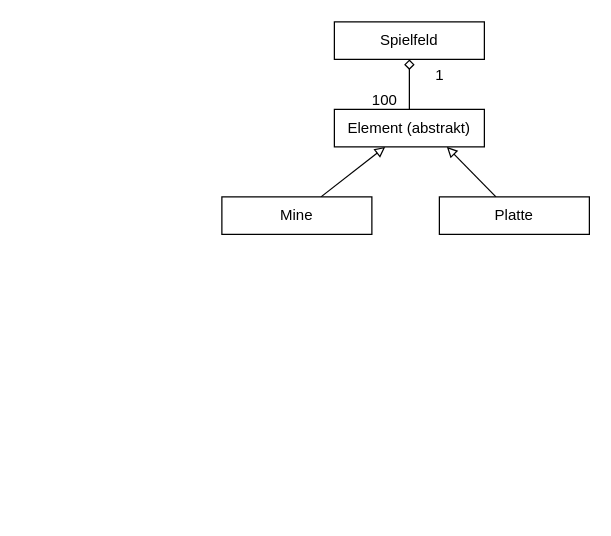
Earlier version of the draw.io diagram 00Informatik/OIDE_Minesweeper/Klassendiagramme.drawio (Hi2272/Hi2272.github.io). Source tidied: cells renumbered, new cells numbered last; positions are measured from the earlier drawing's top-left corner, leaving out a move shared by most shapes. Both pictures are drawn from the tidied source at 125%, with x=0, y=0 at pixel (221, 21).
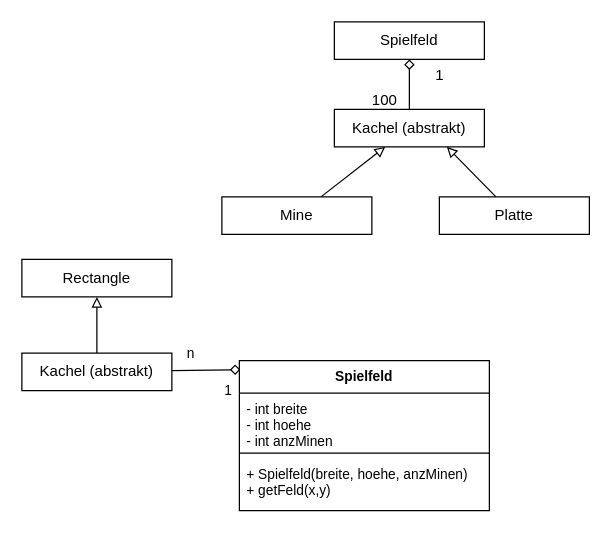
The same diagram, later.

What changed in the source:
```diff
@@
-    <mxCell id="4" value="Element (abstrakt)" style="rounded=0;whiteSpace=wrap;html=1;" parent="1" vertex="1">
+    <mxCell id="4" value="Kachel (abstrakt)" style="rounded=0;whiteSpace=wrap;html=1;" parent="1" vertex="1">
       <mxGeometry x="90" y="70" width="120" height="30" as="geometry" />
     </mxCell>
@@
+    <mxCell id="11" style="edgeStyle=none;shape=connector;rounded=0;jettySize=auto;html=1;entryX=0.004;entryY=0.06;entryDx=0;entryDy=0;strokeColor=default;align=center;verticalAlign=middle;fontFamily=Helvetica;fontSize=11;fontColor=default;labelBackgroundColor=default;endArrow=diamond;endFill=0;entryPerimeter=0;" parent="1" edge="1" source="13" target="17">
+      <mxGeometry relative="1" as="geometry" />
+    </mxCell>
+    <mxCell id="12" style="edgeStyle=none;shape=connector;rounded=0;jettySize=auto;html=1;strokeColor=default;align=center;verticalAlign=middle;fontFamily=Helvetica;fontSize=11;fontColor=default;labelBackgroundColor=default;endArrow=block;endFill=0;" parent="1" edge="1" source="13" target="16">
+      <mxGeometry relative="1" as="geometry" />
+    </mxCell>
+    <mxCell id="13" value="Kachel (abstrakt)" style="rounded=0;whiteSpace=wrap;html=1;" parent="1" vertex="1">
+      <mxGeometry x="-160" y="265" width="120" height="30" as="geometry" />
+    </mxCell>
+    <mxCell id="14" value="n" style="text;html=1;align=center;verticalAlign=middle;strokeColor=none;fillColor=none;fontFamily=Helvetica;fontSize=11;fontColor=default;labelBackgroundColor=default;" parent="1" vertex="1">
+      <mxGeometry x="-40" y="250" width="30" height="30" as="geometry" />
+    </mxCell>
+    <mxCell id="15" value="1" style="text;html=1;align=center;verticalAlign=middle;strokeColor=none;fillColor=none;fontFamily=Helvetica;fontSize=11;fontColor=default;labelBackgroundColor=default;" parent="1" vertex="1">
+      <mxGeometry x="-10" y="280" width="30" height="30" as="geometry" />
+    </mxCell>
+    <mxCell id="16" value="Rectangle" style="rounded=0;whiteSpace=wrap;html=1;" parent="1" vertex="1">
+      <mxGeometry x="-160" y="190" width="120" height="30" as="geometry" />
+    </mxCell>
+    <mxCell id="17" value="Spielfeld" style="swimlane;fontStyle=1;align=center;verticalAlign=top;horizontal=1;startSize=26;whiteSpace=wrap;html=1;fontFamily=Helvetica;fontSize=11;fontColor=default;labelBackgroundColor=default;" parent="1" vertex="1">
+      <mxGeometry x="14" y="271" width="200" height="120" as="geometry" />
+    </mxCell>
+    <mxCell id="18" value="- int breite&lt;div&gt;- int hoehe&lt;/div&gt;&lt;div&gt;- int anzMinen&lt;/div&gt;" style="text;strokeColor=none;fillColor=none;align=left;verticalAlign=top;spacingLeft=4;spacingRight=4;overflow=hidden;whiteSpace=wrap;html=1;fontFamily=Helvetica;fontSize=11;fontColor=default;labelBackgroundColor=default;" parent="17" vertex="1">
+      <mxGeometry y="26" width="200" height="44" as="geometry" />
+    </mxCell>
+    <mxCell id="19" style="line;strokeWidth=1;fillColor=none;align=left;verticalAlign=middle;spacingTop=-1;spacingLeft=3;spacingRight=3;labelPosition=right;strokeColor=inherit;fontFamily=Helvetica;fontSize=11;fontColor=default;labelBackgroundColor=default;" parent="17" vertex="1">
+      <mxGeometry y="70" width="200" height="8" as="geometry" />
+    </mxCell>
+    <mxCell id="20" value="&lt;span style=&quot;color: rgb(0, 0, 0); font-family: Helvetica; font-size: 11px; font-style: normal; font-variant-ligatures: normal; font-variant-caps: normal; font-weight: 400; letter-spacing: normal; orphans: 2; text-align: left; text-indent: 0px; text-transform: none; widows: 2; word-spacing: 0px; -webkit-text-stroke-width: 0px; white-space: normal; background-color: rgb(255, 255, 255); text-decoration-thickness: initial; text-decoration-style: initial; text-decoration-color: initial; display: inline !important; float: none;&quot;&gt;+ Spielfeld(breite, hoehe, anzMinen)&lt;/span&gt;&lt;div style=&quot;forced-color-adjust: none; color: rgb(0, 0, 0); font-family: Helvetica; font-size: 11px; font-style: normal; font-variant-ligatures: normal; font-variant-caps: normal; font-weight: 400; letter-spacing: normal; orphans: 2; text-align: left; text-indent: 0px; text-transform: none; widows: 2; word-spacing: 0px; -webkit-text-stroke-width: 0px; white-space: normal; text-decoration-thickness: initial; text-decoration-style: initial; text-decoration-color: initial;&quot;&gt;+ getFeld(x,y)&lt;/div&gt;" style="text;strokeColor=none;fillColor=none;align=left;verticalAlign=top;spacingLeft=4;spacingRight=4;overflow=hidden;whiteSpace=wrap;html=1;fontFamily=Helvetica;fontSize=11;fontColor=default;labelBackgroundColor=default;" parent="17" vertex="1">
+      <mxGeometry y="78" width="200" height="42" as="geometry" />
+    </mxCell>
```
